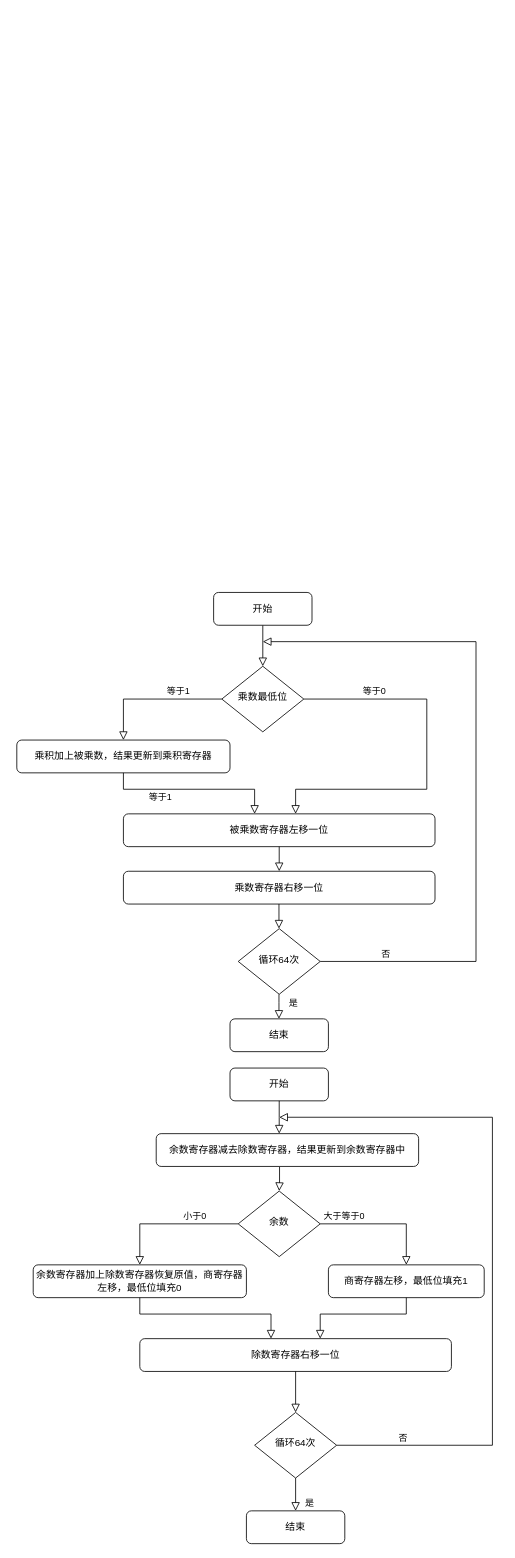
This is flow_mdu.drawio from happy-lx/drawio, a draw.io file, before an edit. Source tidied: cells renumbered, new cells numbered last; positions are measured from the earlier drawing's top-left corner, leaving out a move shared by most shapes. Both pictures are drawn from the tidied source at 82%, with x=0, y=0 at pixel (16, 592).
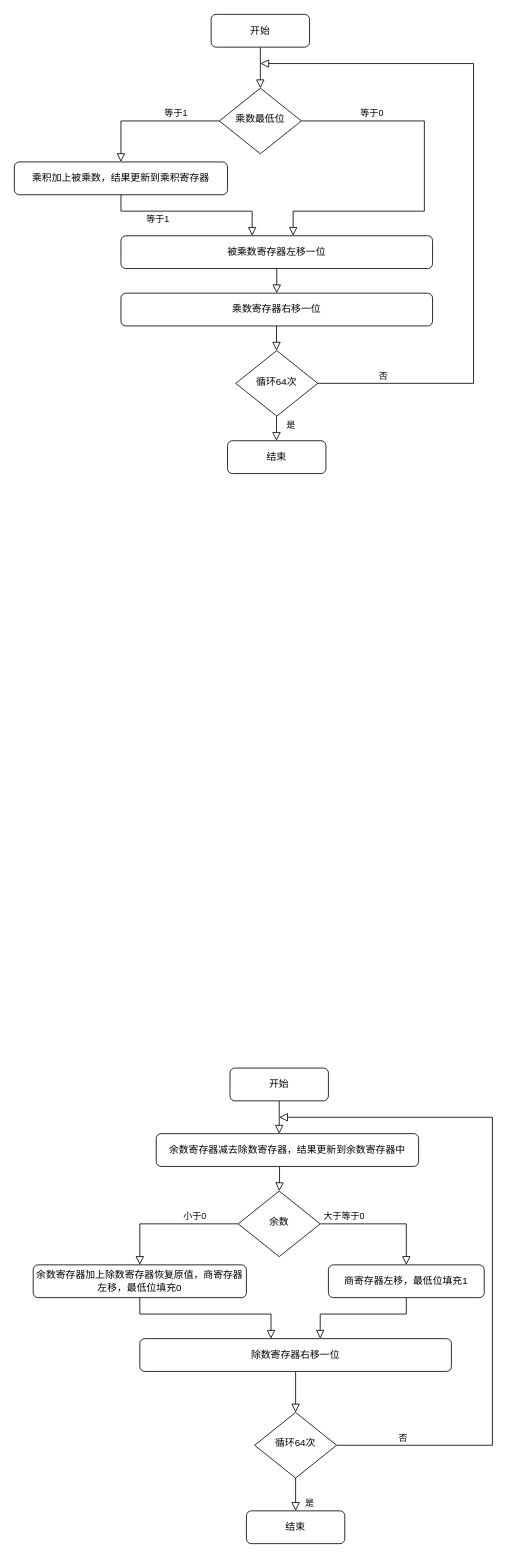
Above is the later version.

Change to the diagram source:
```diff
@@
-<mxGraphModel>
+<mxGraphModel background="#ffffff">
@@
     <mxCell id="3" value="开始" style="rounded=1;whiteSpace=wrap;html=1;fontSize=12;glass=0;strokeWidth=1;shadow=0;" parent="1" vertex="1">
-      <mxGeometry x="240" width="120" height="40" as="geometry" />
+      <mxGeometry x="237" y="-705" width="120" height="40" as="geometry" />
     </mxCell>
     <mxCell id="4" value="等于0" style="edgeStyle=orthogonalEdgeStyle;rounded=0;html=1;jettySize=auto;fontSize=11;endArrow=block;endFill=0;endSize=8;strokeWidth=1;shadow=0;labelBackgroundColor=none;" parent="1" edge="1" source="5">
       <mxGeometry x="-0.62" y="10" relative="1" as="geometry">
-        <mxPoint x="340" y="270" as="targetPoint" />
+        <mxPoint x="337" y="-435" as="targetPoint" />
         <Array as="points">
-          <mxPoint x="500" y="130" />
-          <mxPoint x="500" y="240" />
-          <mxPoint x="340" y="240" />
+          <mxPoint x="497" y="-575" />
+          <mxPoint x="497" y="-465" />
+          <mxPoint x="337" y="-465" />
         </Array>
       </mxGeometry>
     </mxCell>
     <mxCell id="5" value="乘数最低位" style="rhombus;whiteSpace=wrap;html=1;shadow=0;fontFamily=Helvetica;fontSize=12;align=center;strokeWidth=1;spacing=6;spacingTop=-4;" parent="1" vertex="1">
-      <mxGeometry x="250" y="90" width="100" height="80" as="geometry" />
+      <mxGeometry x="247" y="-615" width="100" height="80" as="geometry" />
     </mxCell>
     <mxCell id="6" value="被乘数寄存器左移一位" style="rounded=1;whiteSpace=wrap;html=1;fontSize=12;glass=0;strokeWidth=1;shadow=0;" parent="1" vertex="1">
-      <mxGeometry x="130" y="270" width="380" height="40" as="geometry" />
+      <mxGeometry x="127" y="-435" width="380" height="40" as="geometry" />
     </mxCell>
     <mxCell id="7" value="乘积加上被乘数，结果更新到乘积寄存器" style="rounded=1;whiteSpace=wrap;html=1;fontSize=12;glass=0;strokeWidth=1;shadow=0;" parent="1" vertex="1">
-      <mxGeometry y="180" width="260" height="40" as="geometry" />
+      <mxGeometry x="-3" y="-525" width="260" height="40" as="geometry" />
     </mxCell>
@@
     <mxCell id="9" value="等于1" style="edgeStyle=orthogonalEdgeStyle;rounded=0;html=1;jettySize=auto;fontSize=11;endArrow=block;endFill=0;endSize=8;strokeWidth=1;shadow=0;labelBackgroundColor=none;exitX=0.5;exitY=1;exitDx=0;exitDy=0;" parent="1" edge="1" source="7">
       <mxGeometry x="-0.38" y="-10" relative="1" as="geometry">
-        <mxPoint x="290" y="270" as="targetPoint" />
+        <mxPoint x="287" y="-435" as="targetPoint" />
         <Array as="points">
-          <mxPoint x="130" y="240" />
-          <mxPoint x="290" y="240" />
-          <mxPoint x="290" y="270" />
+          <mxPoint x="127" y="-465" />
+          <mxPoint x="287" y="-465" />
+          <mxPoint x="287" y="-435" />
         </Array>
       </mxGeometry>
     </mxCell>
@@
     <mxCell id="11" value="乘数寄存器右移一位" style="rounded=1;whiteSpace=wrap;html=1;fontSize=12;glass=0;strokeWidth=1;shadow=0;" parent="1" vertex="1">
-      <mxGeometry x="130" y="340" width="380" height="40" as="geometry" />
+      <mxGeometry x="127" y="-365" width="380" height="40" as="geometry" />
     </mxCell>
     <mxCell id="12" style="rounded=0;html=1;jettySize=auto;orthogonalLoop=1;fontSize=11;endArrow=block;endFill=0;endSize=8;strokeWidth=1;shadow=0;labelBackgroundColor=none;edgeStyle=orthogonalEdgeStyle;exitX=0.5;exitY=1;exitDx=0;exitDy=0;entryX=0.5;entryY=0;entryDx=0;entryDy=0;" parent="1" edge="1">
       <mxGeometry relative="1" as="geometry">
-        <mxPoint x="319.7" y="380" as="sourcePoint" />
-        <mxPoint x="319.7" y="410" as="targetPoint" />
+        <mxPoint x="316.7" y="-325" as="sourcePoint" />
+        <mxPoint x="316.7" y="-295" as="targetPoint" />
       </mxGeometry>
     </mxCell>
     <mxCell id="13" value="循环64次" style="rhombus;whiteSpace=wrap;html=1;shadow=0;fontFamily=Helvetica;fontSize=12;align=center;strokeWidth=1;spacing=6;spacingTop=-4;" parent="1" vertex="1">
-      <mxGeometry x="270" y="410" width="100" height="80" as="geometry" />
+      <mxGeometry x="267" y="-295" width="100" height="80" as="geometry" />
     </mxCell>
     <mxCell id="14" style="rounded=0;html=1;jettySize=auto;orthogonalLoop=1;fontSize=11;endArrow=block;endFill=0;endSize=8;strokeWidth=1;shadow=0;labelBackgroundColor=none;edgeStyle=orthogonalEdgeStyle;exitX=0.5;exitY=1;exitDx=0;exitDy=0;entryX=0.5;entryY=0;entryDx=0;entryDy=0;" parent="1" edge="1">
       <mxGeometry relative="1" as="geometry">
-        <mxPoint x="319.7" y="490" as="sourcePoint" />
-        <mxPoint x="319.7" y="520" as="targetPoint" />
+        <mxPoint x="316.7" y="-215" as="sourcePoint" />
+        <mxPoint x="316.7" y="-185" as="targetPoint" />
         <Array as="points">
-          <mxPoint x="320" y="500" />
-          <mxPoint x="320" y="500" />
+          <mxPoint x="317" y="-205" />
+          <mxPoint x="317" y="-205" />
         </Array>
       </mxGeometry>
     </mxCell>
     <mxCell id="15" style="rounded=0;html=1;jettySize=auto;fontSize=11;endArrow=block;endFill=0;endSize=8;strokeWidth=1;shadow=0;labelBackgroundColor=none;edgeStyle=orthogonalEdgeStyle;exitX=1;exitY=0.5;exitDx=0;exitDy=0;" parent="1" edge="1" source="13">
       <mxGeometry relative="1" as="geometry">
-        <mxPoint x="300" y="60" as="targetPoint" />
+        <mxPoint x="297" y="-645" as="targetPoint" />
         <Array as="points">
-          <mxPoint x="560" y="450" />
+          <mxPoint x="557" y="-255" />
         </Array>
       </mxGeometry>
     </mxCell>
@@
     <mxCell id="17" value="是" style="edgeLabel;html=1;align=center;verticalAlign=middle;" parent="1" vertex="1">
-      <mxGeometry x="470" y="450" as="geometry">
+      <mxGeometry x="467" y="-255" as="geometry">
         <mxPoint x="-134" y="50" as="offset" />
       </mxGeometry>
     </mxCell>
     <mxCell id="18" value="结束" style="rounded=1;whiteSpace=wrap;html=1;fontSize=12;glass=0;strokeWidth=1;shadow=0;" parent="1" vertex="1">
-      <mxGeometry x="260" y="520" width="120" height="40" as="geometry" />
+      <mxGeometry x="257" y="-185" width="120" height="40" as="geometry" />
     </mxCell>
```
